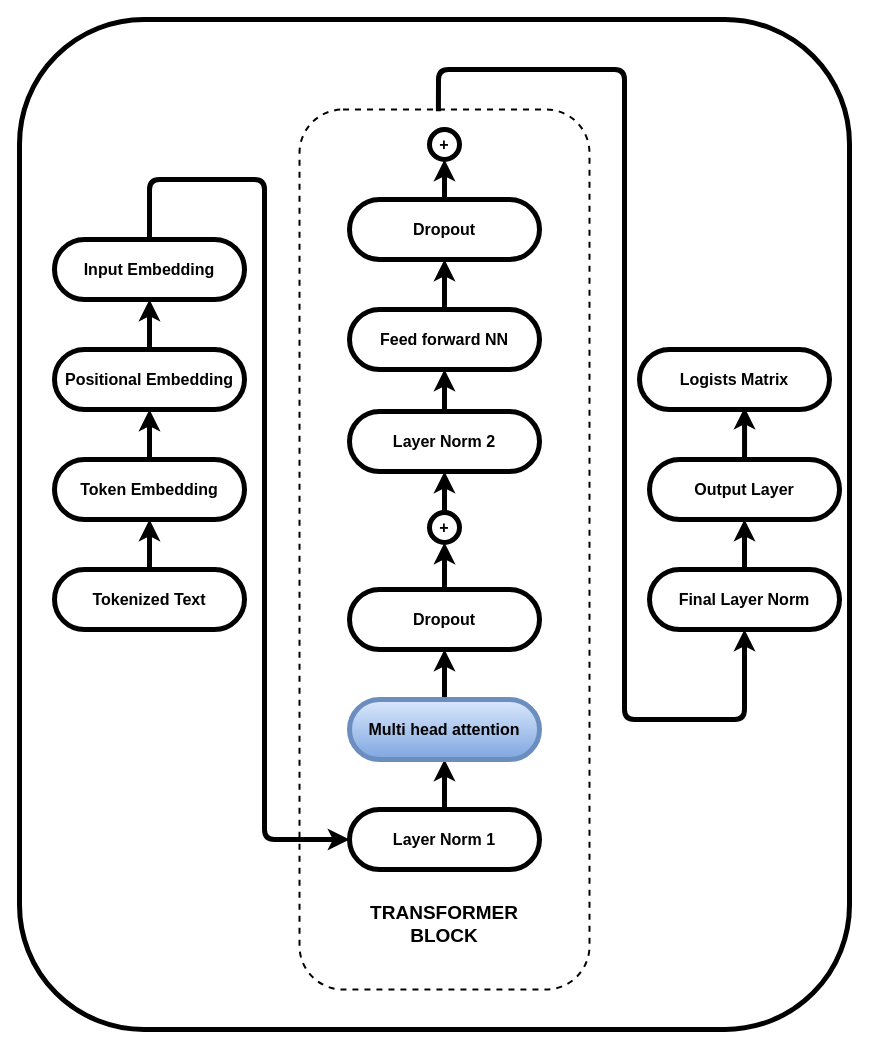
samratkar/samratkar.github.io keeps this draw.io diagram as assets/genai/attention/excalidraws/self-attention-big-pic.drawio. Above is the earlier version. Source tidied: cells renumbered, new cells numbered last; positions are measured from the earlier drawing's top-left corner, leaving out a move shared by most shapes. Both pictures are drawn from the tidied source at 100%, with x=0, y=0 at pixel (19, 19).
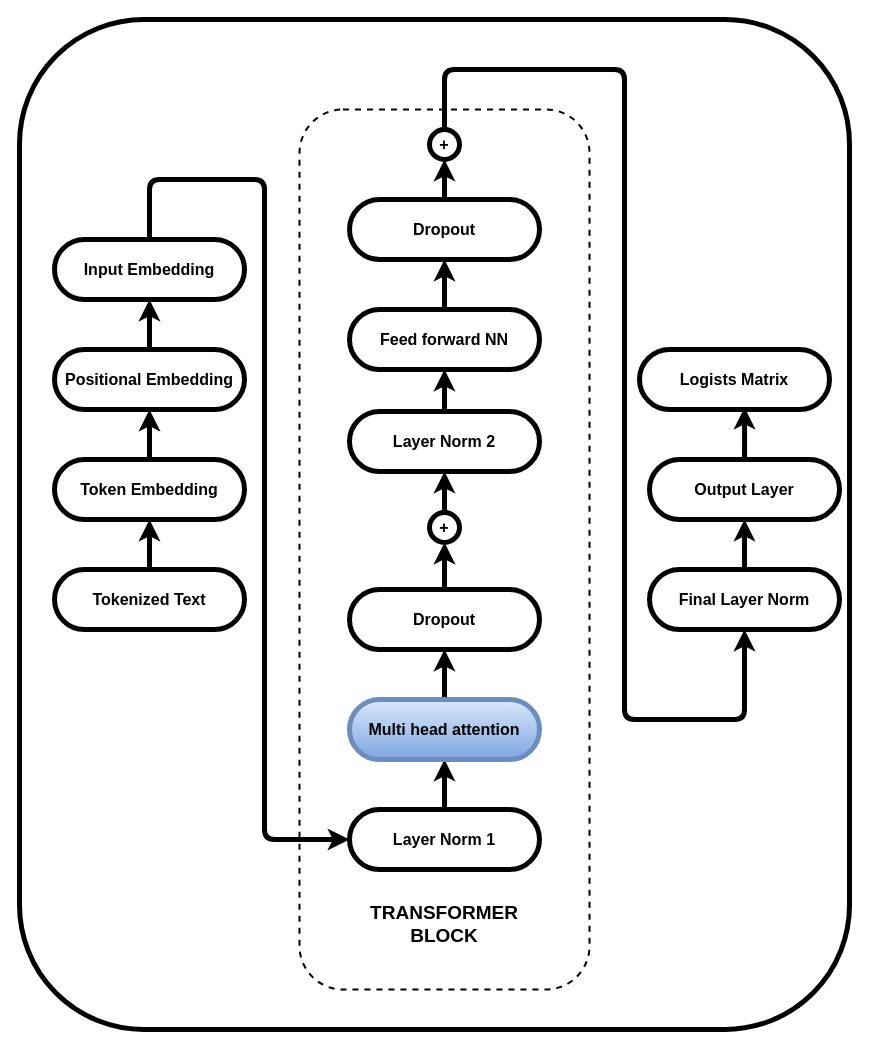
The same page after the edit.

The change refers to these unchanged cells:
```xml
<mxCell id="3" style="rounded=1;whiteSpace=wrap;html=1;dashed=1;fontSize=16;fontStyle=1;strokeWidth=2;" parent="1" vertex="1">
  <mxGeometry x="280" y="90" width="290" height="880" as="geometry" />
</mxCell>
<mxCell id="23" value="+" style="shape=ellipse;html=1;dashed=0;whiteSpace=wrap;perimeter=ellipsePerimeter;fontSize=16;fontStyle=1;strokeWidth=5;" parent="1" vertex="1">
  <mxGeometry x="410" y="110" width="30" height="30" as="geometry" />
</mxCell>
<mxCell id="24" value="Final Layer Norm" style="html=1;dashed=0;whiteSpace=wrap;shape=mxgraph.dfd.start;fontSize=16;fontStyle=1;strokeWidth=5;" parent="1" vertex="1">
  <mxGeometry x="630" y="550" width="190" height="60" as="geometry" />
</mxCell>
```

Diff of the diagram source:
```diff
@@
-    <mxCell id="29" style="endArrow=classic;html=1;exitX=0.479;exitY=0.002;exitDx=0;exitDy=0;entryX=0.5;entryY=0.5;entryDx=0;entryDy=30;entryPerimeter=0;fontSize=16;fontStyle=1;strokeWidth=5;flowAnimation=1;exitPerimeter=0;" parent="1" edge="1" source="3" target="24">
+    <mxCell id="29" style="endArrow=classic;html=1;exitX=0.5;exitY=0;exitDx=0;exitDy=0;entryX=0.5;entryY=0.5;entryDx=0;entryDy=30;entryPerimeter=0;fontSize=16;fontStyle=1;strokeWidth=5;flowAnimation=1;" parent="1" edge="1" source="23" target="24">
       <mxGeometry relative="1" as="geometry">
         <Array as="points">
-          <mxPoint x="419" y="50" />
+          <mxPoint x="425" y="50" />
           <mxPoint x="605" y="50" />
           <mxPoint x="605" y="320" />
           <mxPoint x="605" y="700" />
           <mxPoint x="725" y="700" />
         </Array>
       </mxGeometry>
     </mxCell>
```
